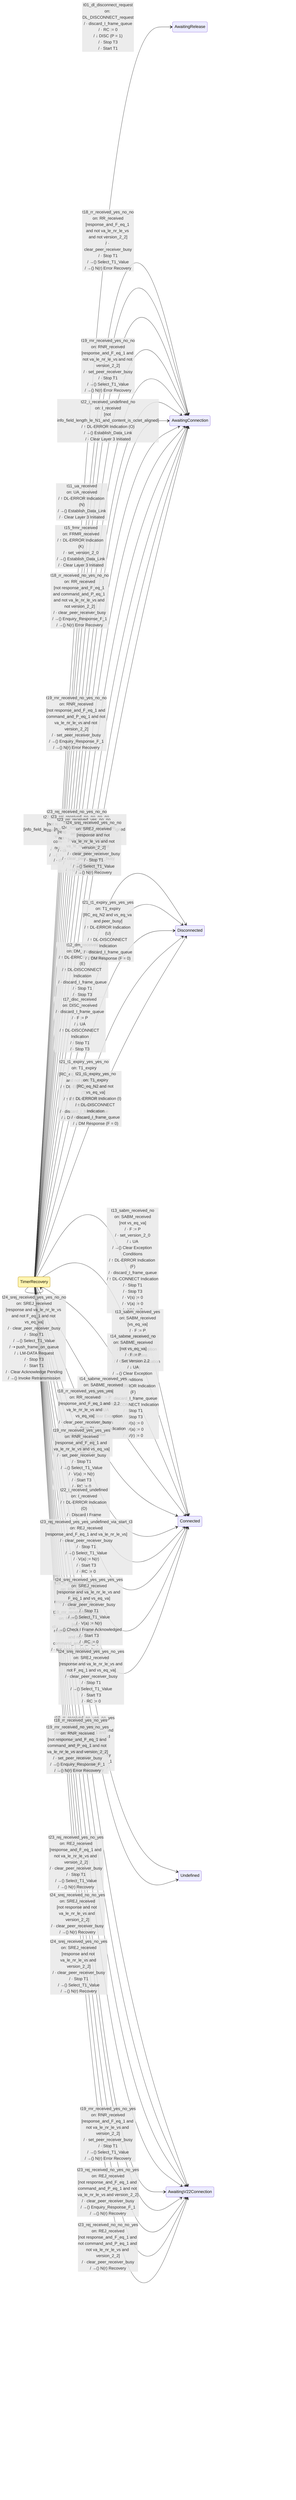
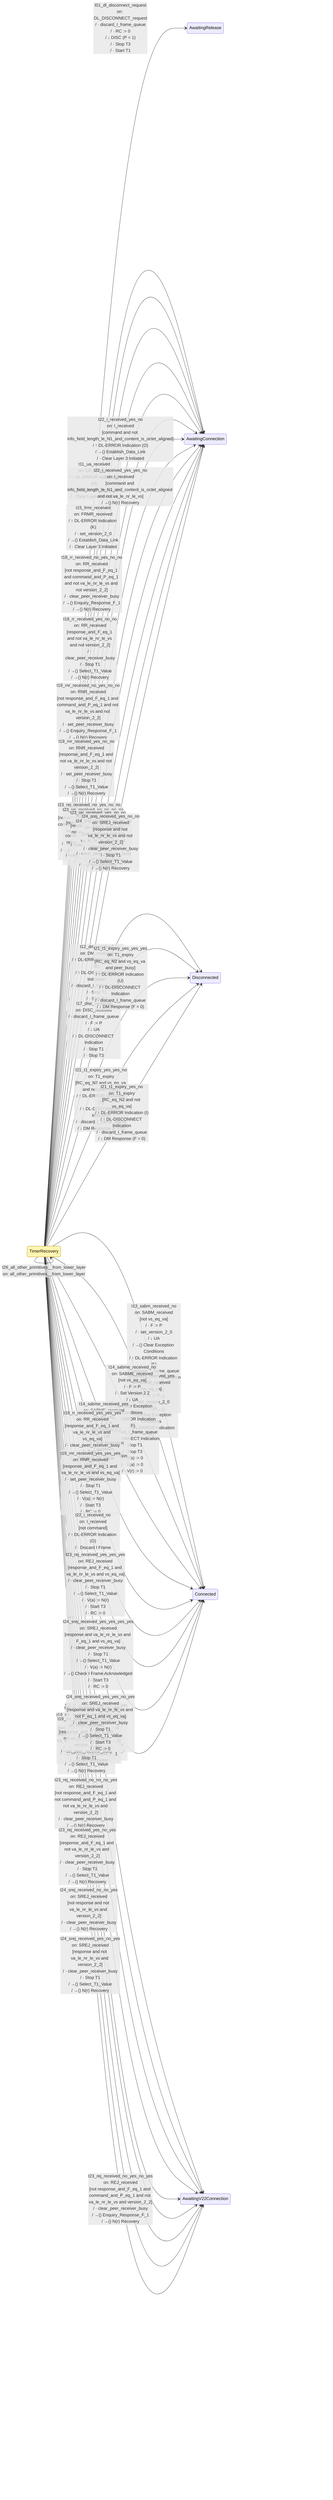
%% This file was produced by codegen/src/Packet.Sdl.CodeGen from spec-sdl/v2.2-errata/data-link/yaml/timer_recovery.sdl.yaml
%% Do not edit by hand. Run `dotnet run --project codegen/src/Packet.Sdl.CodeGen` to regenerate.
%%
%% Source: ax.25.2.2.4_Oct_25, figure figc4.5
- %% Coverage: partial
+ %% Coverage: complete
%%
%% Important: this rendering is approximate and intentionally
%% looks nothing like the original SDL figure. It is a machine-
%% generated view of the transitions in the .sdl.yaml — useful
%% for spotting transcription bugs (missing transitions, wrong
%% destination state) but NOT a substitute for reading the spec
%% figure itself. See docs/sdl-primer.md.

stateDiagram-v2
    direction LR

    classDef focal fill:#fff5b1,stroke:#b08800;
    class TimerRecovery focal
    TimerRecovery --> AwaitingRelease: t01_dl_disconnect_request<br/>on: DL_DISCONNECT_request<br/>/ · discard_I_frame_queue<br/>/ · RC := 0<br/>/ ↓ DISC (P = 1)<br/>/ · Stop T3<br/>/ · Start T1
    TimerRecovery --> TimerRecovery: t02_dl_data_request<br/>on: DL_DATA_request<br/>/ ⇢ Push on I Frame Queue
    TimerRecovery --> TimerRecovery: t03_i_frame_pops_off_queue_yes<br/>on: I_frame_pops_off_queue<br/>[peer_receiver_busy]<br/>/ ⇢ Push I Frame on I Queue
    TimerRecovery --> TimerRecovery: t03_i_frame_pops_off_queue_no_yes<br/>on: I_frame_pops_off_queue<br/>[not peer_receiver_busy and vs_eq_va_plus_k]<br/>/ ⇢ Push I Frame on I Queue
    TimerRecovery --> TimerRecovery: t03_i_frame_pops_off_queue_no_no_yes<br/>on: I_frame_pops_off_queue<br/>[not peer_receiver_busy and not vs_eq_va_plus_k and T1_running]<br/>/ · N(s) := V(s)<br/>/ · N(R) := V(r)<br/>/ · P := 0<br/>/ ↓ I Command<br/>/ · V(s) := V(s) + 1<br/>/ · Clear Acknowledge Pending
    TimerRecovery --> TimerRecovery: t03_i_frame_pops_off_queue_no_no_no<br/>on: I_frame_pops_off_queue<br/>[not peer_receiver_busy and not vs_eq_va_plus_k and not T1_running]<br/>/ · N(s) := V(s)<br/>/ · N(R) := V(r)<br/>/ · P := 0<br/>/ ↓ I Command<br/>/ · V(s) := V(s) + 1<br/>/ · Clear Acknowledge Pending<br/>/ · Stop T3<br/>/ · Start T1
    TimerRecovery --> TimerRecovery: t04_dl_unit_data_request<br/>on: DL_UNIT_DATA_request<br/>/ ↓ UI Command
    TimerRecovery --> TimerRecovery: t05_dl_flow_off_request_yes<br/>on: DL_FLOW_OFF_request<br/>[own_receiver_busy]<br/>/ · Set Own Receiver Busy<br/>/ ↓ RNR Response (F = 0)<br/>/ · Clear Acknowledge Pending
    TimerRecovery --> TimerRecovery: t05_dl_flow_off_request_no<br/>on: DL_FLOW_OFF_request<br/>[not own_receiver_busy]
    TimerRecovery --> TimerRecovery: t06_dl_flow_on_request_yes_no<br/>on: DL_FLOW_ON_request<br/>[own_receiver_busy and not T1_running]<br/>/ · Clear Own Receiver Busy<br/>/ ↓ RR Command (P = 0)<br/>/ · Clear Acknowledge Pending<br/>/ · Stop T3<br/>/ · Start T1
    TimerRecovery --> TimerRecovery: t06_dl_flow_on_request_yes_yes<br/>on: DL_FLOW_ON_request<br/>[own_receiver_busy and T1_running]<br/>/ · Clear Own Receiver Busy<br/>/ ↓ RR Command (P = 0)<br/>/ · Clear Acknowledge Pending
    TimerRecovery --> TimerRecovery: t06_dl_flow_on_request_no<br/>on: DL_FLOW_ON_request<br/>[not own_receiver_busy]
    TimerRecovery --> TimerRecovery: t07_dl_connect_request<br/>on: DL_CONNECT_request<br/>/ · discard_I_frame_queue<br/>/ →() Establish_Data_Link<br/>/ · Set Layer 3 Initiated
    TimerRecovery --> TimerRecovery: t08_control_field_error<br/>on: control_field_error<br/>/ ↑ DL-ERROR Indication (L)<br/>/ · discard_I_frame_queue<br/>/ →() Establish_Data_Link<br/>/ · Set Layer 3 Initiated
    TimerRecovery --> TimerRecovery: t09_info_not_permitted_in_frame<br/>on: info_not_permitted_in_frame<br/>/ ↑ DL-ERROR Indication (M)<br/>/ · discard_I_frame_queue<br/>/ →() Establish_Data_Link<br/>/ · Set Layer 3 Initiated
    TimerRecovery --> TimerRecovery: t10_u_or_s_frame_length_error<br/>on: u_or_s_frame_length_error<br/>/ ↑ DL-ERROR Indication (N)<br/>/ · discard_I_frame_queue<br/>/ →() Establish_Data_Link<br/>/ · Set Layer 3 Initiated
    TimerRecovery --> AwaitingConnection: t11_ua_received<br/>on: UA_received<br/>/ ↑ DL-ERROR Indication (N)<br/>/ →() Establish_Data_Link<br/>/ · Clear Layer 3 Initiated
    TimerRecovery --> Disconnected: t12_dm_received<br/>on: DM_received<br/>/ ↑ DL-ERROR Indication (E)<br/>/ ↑ DL-DISCONNECT Indication<br/>/ · discard_I_frame_queue<br/>/ · Stop T1<br/>/ · Stop T3
    TimerRecovery --> Connected: t13_sabm_received_no<br/>on: SABM_received<br/>[not vs_eq_va]<br/>/ · F := P<br/>/ · set_version_2_0<br/>/ ↓ UA<br/>/ →() Clear Exception Conditions<br/>/ ↑ DL-ERROR Indication (F)<br/>/ · discard_I_frame_queue<br/>/ ↑ DL-CONNECT Indication<br/>/ · Stop T1<br/>/ · Stop T3<br/>/ · V(s) := 0<br/>/ · V(a) := 0<br/>/ · V(r) := 0
    TimerRecovery --> Connected: t13_sabm_received_yes<br/>on: SABM_received<br/>[vs_eq_va]<br/>/ · F := P<br/>/ · set_version_2_0<br/>/ ↓ UA<br/>/ →() Clear Exception Conditions<br/>/ ↑ DL-ERROR Indication (F)
    TimerRecovery --> Connected: t14_sabme_received_no<br/>on: SABME_received<br/>[not vs_eq_va]<br/>/ · F := P<br/>/ · Set Version 2.2<br/>/ ↓ UA<br/>/ →() Clear Exception Conditions<br/>/ ↑ DL-ERROR Indication (F)<br/>/ · discard_I_frame_queue<br/>/ ↑ DL-CONNECT Indication<br/>/ · Stop T1<br/>/ · Stop T3<br/>/ · V(s) := 0<br/>/ · V(a) := 0<br/>/ · V(r) := 0
    TimerRecovery --> Connected: t14_sabme_received_yes<br/>on: SABME_received<br/>[vs_eq_va]<br/>/ · F := P<br/>/ · Set Version 2.2<br/>/ ↓ UA<br/>/ →() Clear Exception Conditions<br/>/ ↑ DL-ERROR Indication (F)
    TimerRecovery --> AwaitingConnection: t15_frmr_received<br/>on: FRMR_received<br/>/ ↑ DL-ERROR Indication (K)<br/>/ · set_version_2_0<br/>/ →() Establish_Data_Link<br/>/ · Clear Layer 3 Initiated
    TimerRecovery --> TimerRecovery: t16_ui_received_yes<br/>on: UI_received<br/>[P_eq_1]<br/>/ →() UI Check<br/>/ →() Enquiry_Response_F_1
    TimerRecovery --> TimerRecovery: t16_ui_received_no<br/>on: UI_received<br/>[not P_eq_1]<br/>/ →() UI Check
    TimerRecovery --> Disconnected: t17_disc_received<br/>on: DISC_received<br/>/ · discard_I_frame_queue<br/>/ · F := P<br/>/ ↓ UA<br/>/ ↑ DL-DISCONNECT Indication<br/>/ · Stop T1<br/>/ · Stop T3
-     TimerRecovery --> Undefined: t18_rr_received_no_no<br/>on: RR_received<br/>[not response_and_F_eq_1 and not command_and_P_eq_1]<br/>/ · clear_peer_receiver_busy
    TimerRecovery --> TimerRecovery: t18_rr_received_no_yes_yes<br/>on: RR_received<br/>[not response_and_F_eq_1 and command_and_P_eq_1 and va_le_nr_le_vs]<br/>/ · clear_peer_receiver_busy<br/>/ →() Enquiry_Response_F_1<br/>/ · V(a) := N(r)
-     TimerRecovery --> AwaitingConnection: t18_rr_received_no_yes_no_no<br/>on: RR_received<br/>[not response_and_F_eq_1 and command_and_P_eq_1 and not va_le_nr_le_vs and not version_2_2]<br/>/ · clear_peer_receiver_busy<br/>/ →() Enquiry_Response_F_1<br/>/ →() N(r) Error Recovery
-     TimerRecovery --> AwaitingV22Connection: t18_rr_received_no_yes_no_yes<br/>on: RR_received<br/>[not response_and_F_eq_1 and command_and_P_eq_1 and not va_le_nr_le_vs and version_2_2]<br/>/ · clear_peer_receiver_busy<br/>/ →() Enquiry_Response_F_1<br/>/ →() N(r) Error Recovery
-     TimerRecovery --> AwaitingConnection: t18_rr_received_yes_no_no<br/>on: RR_received<br/>[response_and_F_eq_1 and not va_le_nr_le_vs and not version_2_2]<br/>/ · clear_peer_receiver_busy<br/>/ · Stop T1<br/>/ →() Select_T1_Value<br/>/ →() N(r) Error Recovery
-     TimerRecovery --> AwaitingV22Connection: t18_rr_received_yes_no_yes<br/>on: RR_received<br/>[response_and_F_eq_1 and not va_le_nr_le_vs and version_2_2]<br/>/ · clear_peer_receiver_busy<br/>/ · Stop T1<br/>/ →() Select_T1_Value<br/>/ →() N(r) Error Recovery
+     TimerRecovery --> AwaitingConnection: t18_rr_received_no_yes_no_no<br/>on: RR_received<br/>[not response_and_F_eq_1 and command_and_P_eq_1 and not va_le_nr_le_vs and not version_2_2]<br/>/ · clear_peer_receiver_busy<br/>/ →() Enquiry_Response_F_1<br/>/ →() N(r) Recovery
+     TimerRecovery --> AwaitingV22Connection: t18_rr_received_no_yes_no_yes<br/>on: RR_received<br/>[not response_and_F_eq_1 and command_and_P_eq_1 and not va_le_nr_le_vs and version_2_2]<br/>/ · clear_peer_receiver_busy<br/>/ →() Enquiry_Response_F_1<br/>/ →() N(r) Recovery
+     TimerRecovery --> TimerRecovery: t18_rr_received_no_no_yes<br/>on: RR_received<br/>[not response_and_F_eq_1 and not command_and_P_eq_1 and va_le_nr_le_vs]<br/>/ · clear_peer_receiver_busy<br/>/ · V(a) := N(r)
+     TimerRecovery --> TimerRecovery: t18_rr_received_no_no_no<br/>on: RR_received<br/>[not response_and_F_eq_1 and not command_and_P_eq_1 and not va_le_nr_le_vs]<br/>/ · clear_peer_receiver_busy<br/>/ →() N(r) Recovery
+     TimerRecovery --> AwaitingConnection: t18_rr_received_yes_no_no<br/>on: RR_received<br/>[response_and_F_eq_1 and not va_le_nr_le_vs and not version_2_2]<br/>/ · clear_peer_receiver_busy<br/>/ · Stop T1<br/>/ →() Select_T1_Value<br/>/ →() N(r) Recovery
+     TimerRecovery --> AwaitingV22Connection: t18_rr_received_yes_no_yes<br/>on: RR_received<br/>[response_and_F_eq_1 and not va_le_nr_le_vs and version_2_2]<br/>/ · clear_peer_receiver_busy<br/>/ · Stop T1<br/>/ →() Select_T1_Value<br/>/ →() N(r) Recovery
    TimerRecovery --> TimerRecovery: t18_rr_received_yes_yes_no<br/>on: RR_received<br/>[response_and_F_eq_1 and va_le_nr_le_vs and not vs_eq_va]<br/>/ · clear_peer_receiver_busy<br/>/ · Stop T1<br/>/ →() Select_T1_Value<br/>/ · V(a) := N(r)<br/>/ →() Invoke Retransmission<br/>/ · Stop T3<br/>/ · Start T1<br/>/ · Set Acknowledge Pending
    TimerRecovery --> Connected: t18_rr_received_yes_yes_yes<br/>on: RR_received<br/>[response_and_F_eq_1 and va_le_nr_le_vs and vs_eq_va]<br/>/ · clear_peer_receiver_busy<br/>/ · Stop T1<br/>/ →() Select_T1_Value<br/>/ · V(a) := N(r)<br/>/ · Start T3<br/>/ · RC := 0
-     TimerRecovery --> Undefined: t19_rnr_received_no_no<br/>on: RNR_received<br/>[not response_and_F_eq_1 and not command_and_P_eq_1]<br/>/ · set_peer_receiver_busy
    TimerRecovery --> TimerRecovery: t19_rnr_received_no_yes_yes<br/>on: RNR_received<br/>[not response_and_F_eq_1 and command_and_P_eq_1 and va_le_nr_le_vs]<br/>/ · set_peer_receiver_busy<br/>/ →() Enquiry_Response_F_1<br/>/ · V(a) := N(r)
-     TimerRecovery --> AwaitingConnection: t19_rnr_received_no_yes_no_no<br/>on: RNR_received<br/>[not response_and_F_eq_1 and command_and_P_eq_1 and not va_le_nr_le_vs and not version_2_2]<br/>/ · set_peer_receiver_busy<br/>/ →() Enquiry_Response_F_1<br/>/ →() N(r) Error Recovery
-     TimerRecovery --> AwaitingV22Connection: t19_rnr_received_no_yes_no_yes<br/>on: RNR_received<br/>[not response_and_F_eq_1 and command_and_P_eq_1 and not va_le_nr_le_vs and version_2_2]<br/>/ · set_peer_receiver_busy<br/>/ →() Enquiry_Response_F_1<br/>/ →() N(r) Error Recovery
-     TimerRecovery --> AwaitingConnection: t19_rnr_received_yes_no_no<br/>on: RNR_received<br/>[response_and_F_eq_1 and not va_le_nr_le_vs and not version_2_2]<br/>/ · set_peer_receiver_busy<br/>/ · Stop T1<br/>/ →() Select_T1_Value<br/>/ →() N(r) Error Recovery
-     TimerRecovery --> AwaitingV22Connection: t19_rnr_received_yes_no_yes<br/>on: RNR_received<br/>[response_and_F_eq_1 and not va_le_nr_le_vs and version_2_2]<br/>/ · set_peer_receiver_busy<br/>/ · Stop T1<br/>/ →() Select_T1_Value<br/>/ →() N(r) Error Recovery
+     TimerRecovery --> AwaitingConnection: t19_rnr_received_no_yes_no_no<br/>on: RNR_received<br/>[not response_and_F_eq_1 and command_and_P_eq_1 and not va_le_nr_le_vs and not version_2_2]<br/>/ · set_peer_receiver_busy<br/>/ →() Enquiry_Response_F_1<br/>/ →() N(r) Recovery
+     TimerRecovery --> AwaitingV22Connection: t19_rnr_received_no_yes_no_yes<br/>on: RNR_received<br/>[not response_and_F_eq_1 and command_and_P_eq_1 and not va_le_nr_le_vs and version_2_2]<br/>/ · set_peer_receiver_busy<br/>/ →() Enquiry_Response_F_1<br/>/ →() N(r) Recovery
+     TimerRecovery --> TimerRecovery: t19_rnr_received_no_no_yes<br/>on: RNR_received<br/>[not response_and_F_eq_1 and not command_and_P_eq_1 and va_le_nr_le_vs]<br/>/ · set_peer_receiver_busy<br/>/ · V(a) := N(r)
+     TimerRecovery --> TimerRecovery: t19_rnr_received_no_no_no<br/>on: RNR_received<br/>[not response_and_F_eq_1 and not command_and_P_eq_1 and not va_le_nr_le_vs]<br/>/ · set_peer_receiver_busy<br/>/ →() N(r) Recovery
+     TimerRecovery --> AwaitingConnection: t19_rnr_received_yes_no_no<br/>on: RNR_received<br/>[response_and_F_eq_1 and not va_le_nr_le_vs and not version_2_2]<br/>/ · set_peer_receiver_busy<br/>/ · Stop T1<br/>/ →() Select_T1_Value<br/>/ →() N(r) Recovery
+     TimerRecovery --> AwaitingV22Connection: t19_rnr_received_yes_no_yes<br/>on: RNR_received<br/>[response_and_F_eq_1 and not va_le_nr_le_vs and version_2_2]<br/>/ · set_peer_receiver_busy<br/>/ · Stop T1<br/>/ →() Select_T1_Value<br/>/ →() N(r) Recovery
    TimerRecovery --> TimerRecovery: t19_rnr_received_yes_yes_no<br/>on: RNR_received<br/>[response_and_F_eq_1 and va_le_nr_le_vs and not vs_eq_va]<br/>/ · set_peer_receiver_busy<br/>/ · Stop T1<br/>/ →() Select_T1_Value<br/>/ · V(a) := N(r)<br/>/ →() Invoke Retransmission<br/>/ · Stop T3<br/>/ · Start T1<br/>/ · Set Acknowledge Pending
    TimerRecovery --> Connected: t19_rnr_received_yes_yes_yes<br/>on: RNR_received<br/>[response_and_F_eq_1 and va_le_nr_le_vs and vs_eq_va]<br/>/ · set_peer_receiver_busy<br/>/ · Stop T1<br/>/ →() Select_T1_Value<br/>/ · V(a) := N(r)<br/>/ · Start T3<br/>/ · RC := 0
    TimerRecovery --> TimerRecovery: t20_lm_seize_confirm_yes<br/>on: LM_SEIZE_confirm<br/>[ACK_pending]<br/>/ · Clear Acknowledge Pending<br/>/ →() Enquiry Response (F = 0)<br/>/ ↓ LM_RELEASE Request
    TimerRecovery --> TimerRecovery: t20_lm_seize_confirm_no<br/>on: LM_SEIZE_confirm<br/>[not ACK_pending]<br/>/ ↓ LM_RELEASE Request
    TimerRecovery --> TimerRecovery: t21_t1_expiry_no<br/>on: T1_expiry<br/>[not RC_eq_N2]<br/>/ →() Transmit Enquiry<br/>/ · RC := RC + 1
    TimerRecovery --> Disconnected: t21_t1_expiry_yes_yes_yes<br/>on: T1_expiry<br/>[RC_eq_N2 and vs_eq_va and peer_busy]<br/>/ ↑ DL-ERROR Indication (U)<br/>/ ↑ DL-DISCONNECT Indication<br/>/ · discard_I_frame_queue<br/>/ ↓ DM Response (F = 0)
    TimerRecovery --> Disconnected: t21_t1_expiry_yes_yes_no<br/>on: T1_expiry<br/>[RC_eq_N2 and vs_eq_va and not peer_busy]<br/>/ ↑ DL-ERROR Indication (T)<br/>/ ↑ DL-DISCONNECT Indication<br/>/ · discard_I_frame_queue<br/>/ ↓ DM Response (F = 0)
    TimerRecovery --> Disconnected: t21_t1_expiry_yes_no<br/>on: T1_expiry<br/>[RC_eq_N2 and not vs_eq_va]<br/>/ ↑ DL-ERROR Indication (I)<br/>/ ↑ DL-DISCONNECT Indication<br/>/ · discard_I_frame_queue<br/>/ ↓ DM Response (F = 0)
-     TimerRecovery --> Connected: t22_i_received_undefined<br/>on: I_received<br/>/ ↑ DL-ERROR Indication (O)<br/>/ · Discard I Frame
-     TimerRecovery --> AwaitingConnection: t22_i_received_undefined_no<br/>on: I_received<br/>[not info_field_length_le_N1_and_content_is_octet_aligned]<br/>/ ↑ DL-ERROR Indication (O)<br/>/ →() Establish_Data_Link<br/>/ · Clear Layer 3 Initiated
-     TimerRecovery --> AwaitingConnection: t22_i_received_undefined_yes_no<br/>on: I_received<br/>[info_field_length_le_N1_and_content_is_octet_aligned and not va_le_nr_le_vs]<br/>/ →() N(r) Recovery
-     TimerRecovery --> TimerRecovery: t22_i_received_undefined_yes_yes_yes_yes<br/>on: I_received<br/>[info_field_length_le_N1_and_content_is_octet_aligned and va_le_nr_le_vs and own_receive_busy and P_eq_1]<br/>/ →() Check_I_Frame_Acknowledged<br/>/ · Discard Contents of I Frame<br/>/ · F := 1<br/>/ · N(r) := V(r)<br/>/ ↓ RNR<br/>/ · Clear Acknowledge Pending
-     TimerRecovery --> TimerRecovery: t22_i_received_undefined_yes_yes_yes_no<br/>on: I_received<br/>[info_field_length_le_N1_and_content_is_octet_aligned and va_le_nr_le_vs and own_receive_busy and not P_eq_1]<br/>/ →() Check_I_Frame_Acknowledged<br/>/ · Discard Contents of I Frame
-     TimerRecovery --> TimerRecovery: t22_i_received_undefined_yes_yes_no_yes_no_yes<br/>on: I_received<br/>[info_field_length_le_N1_and_content_is_octet_aligned and va_le_nr_le_vs and not own_receive_busy and ns_eq_vr and P_eq_1]<br/>/ →() Check_I_Frame_Acknowledged<br/>/ · V(r) := V(r) + 1<br/>/ · Clear Reject Exception<br/>/ · Decrement Sreject Exception if > 0<br/>/ ↑ DL-DATA Indication<br/>/ · F := 1<br/>/ · N(r) := V(r)<br/>/ ↓ RR<br/>/ · Clear Acknowledge Pending
-     TimerRecovery --> TimerRecovery: t22_i_received_undefined_yes_yes_no_yes_no_no_no<br/>on: I_received<br/>[info_field_length_le_N1_and_content_is_octet_aligned and va_le_nr_le_vs and not own_receive_busy and ns_eq_vr and not P_eq_1 and not ack_pending]<br/>/ →() Check_I_Frame_Acknowledged<br/>/ · V(r) := V(r) + 1<br/>/ · Clear Reject Exception<br/>/ · Decrement Sreject Exception if > 0<br/>/ ↑ DL-DATA Indication<br/>/ · Set Acknowledge Pending<br/>/ ↓ LM-SIEZE Request
-     TimerRecovery --> TimerRecovery: t22_i_received_undefined_yes_yes_no_yes_no_no_yes<br/>on: I_received<br/>[info_field_length_le_N1_and_content_is_octet_aligned and va_le_nr_le_vs and not own_receive_busy and ns_eq_vr and not P_eq_1 and ack_pending]<br/>/ →() Check_I_Frame_Acknowledged<br/>/ · V(r) := V(r) + 1<br/>/ · Clear Reject Exception<br/>/ · Decrement Sreject Exception if > 0<br/>/ ↑ DL-DATA Indication
-     TimerRecovery --> TimerRecovery: t22_i_received_undefined_yes_yes_no_no_yes_yes<br/>on: I_received<br/>[info_field_length_le_N1_and_content_is_octet_aligned and va_le_nr_le_vs and not own_receive_busy and not ns_eq_vr and reject_exception and P_eq_1]<br/>/ →() Check_I_Frame_Acknowledged<br/>/ · Discard Contents of I Frame<br/>/ · F := 1<br/>/ · N(r) := V(r)<br/>/ ↓ RR<br/>/ · Clear Acknowledge Pending
-     TimerRecovery --> TimerRecovery: t22_i_received_undefined_yes_yes_no_no_yes_no<br/>on: I_received<br/>[info_field_length_le_N1_and_content_is_octet_aligned and va_le_nr_le_vs and not own_receive_busy and not ns_eq_vr and reject_exception and not P_eq_1]<br/>/ →() Check_I_Frame_Acknowledged<br/>/ · Discard Contents of I Frame
-     TimerRecovery --> TimerRecovery: t22_i_received_undefined_yes_yes_no_no_no_no<br/>on: I_received<br/>[info_field_length_le_N1_and_content_is_octet_aligned and va_le_nr_le_vs and not own_receive_busy and not ns_eq_vr and not reject_exception and not SREJ_enabled]<br/>/ →() Check_I_Frame_Acknowledged<br/>/ · Discard Contents of I Frame<br/>/ · Set Reject Exception<br/>/ · F := P<br/>/ · N(r) := V(r)<br/>/ ↓ REJ<br/>/ · Set Acknowledge Pending
-     TimerRecovery --> TimerRecovery: t22_i_received_undefined_yes_yes_no_no_no_yes_no_yes<br/>on: I_received<br/>[info_field_length_le_N1_and_content_is_octet_aligned and va_le_nr_le_vs and not own_receive_busy and not ns_eq_vr and not reject_exception and SREJ_enabled and not sreject_exception_gt_0 and ns_gt_vr_plus_1]<br/>/ →() Check_I_Frame_Acknowledged<br/>/ · Save Contents of I Frame<br/>/ · Discard Contents of I Frame<br/>/ · Set Reject Exception<br/>/ · F := P<br/>/ · N(r) := V(r)<br/>/ ↓ REJ<br/>/ · Set Acknowledge Pending
-     TimerRecovery --> TimerRecovery: t22_i_received_undefined_yes_yes_no_no_no_yes_no_no<br/>on: I_received<br/>[info_field_length_le_N1_and_content_is_octet_aligned and va_le_nr_le_vs and not own_receive_busy and not ns_eq_vr and not reject_exception and SREJ_enabled and not sreject_exception_gt_0 and not ns_gt_vr_plus_1]<br/>/ →() Check_I_Frame_Acknowledged<br/>/ · Save Contents of I Frame<br/>/ · N(r) := V(r)<br/>/ · F := 1<br/>/ · Sreject := Sreject + 1<br/>/ ↓ SREJ
-     TimerRecovery --> TimerRecovery: t22_i_received_undefined_yes_yes_no_no_no_yes_yes<br/>on: I_received<br/>[info_field_length_le_N1_and_content_is_octet_aligned and va_le_nr_le_vs and not own_receive_busy and not ns_eq_vr and not reject_exception and SREJ_enabled and sreject_exception_gt_0]<br/>/ →() Check_I_Frame_Acknowledged<br/>/ · Save Contents of I Frame<br/>/ · N(r) := V(r)<br/>/ · F := 0<br/>/ · Sreject := Sreject + 1<br/>/ ↓ SREJ
+     TimerRecovery --> Connected: t22_i_received_no<br/>on: I_received<br/>[not command]<br/>/ ↑ DL-ERROR Indication (O)<br/>/ · Discard I Frame
+     TimerRecovery --> AwaitingConnection: t22_i_received_yes_no<br/>on: I_received<br/>[command and not info_field_length_le_N1_and_content_is_octet_aligned]<br/>/ ↑ DL-ERROR Indication (O)<br/>/ →() Establish_Data_Link<br/>/ · Clear Layer 3 Initiated
+     TimerRecovery --> AwaitingConnection: t22_i_received_yes_yes_no<br/>on: I_received<br/>[command and info_field_length_le_N1_and_content_is_octet_aligned and not va_le_nr_le_vs]<br/>/ →() N(r) Recovery
+     TimerRecovery --> TimerRecovery: t22_i_received_yes_yes_yes_yes_yes<br/>on: I_received<br/>[command and info_field_length_le_N1_and_content_is_octet_aligned and va_le_nr_le_vs and own_receive_busy and P_eq_1]<br/>/ →() Check_I_Frame_Acknowledged<br/>/ · Discard Contents of I Frame<br/>/ · F := 1<br/>/ · N(r) := V(r)<br/>/ ↓ RNR<br/>/ · Clear Acknowledge Pending
+     TimerRecovery --> TimerRecovery: t22_i_received_yes_yes_yes_yes_no<br/>on: I_received<br/>[command and info_field_length_le_N1_and_content_is_octet_aligned and va_le_nr_le_vs and own_receive_busy and not P_eq_1]<br/>/ →() Check_I_Frame_Acknowledged<br/>/ · Discard Contents of I Frame
+     TimerRecovery --> TimerRecovery: t22_i_received_yes_yes_yes_no_yes_no_yes<br/>on: I_received<br/>[command and info_field_length_le_N1_and_content_is_octet_aligned and va_le_nr_le_vs and not own_receive_busy and ns_eq_vr and P_eq_1]<br/>/ →() Check_I_Frame_Acknowledged<br/>/ · V(r) := V(r) + 1<br/>/ · Clear Reject Exception<br/>/ · Decrement Sreject Exception if > 0<br/>/ ↑ DL-DATA Indication<br/>/ · F := 1<br/>/ · N(r) := V(r)<br/>/ ↓ RR<br/>/ · Clear Acknowledge Pending
+     TimerRecovery --> TimerRecovery: t22_i_received_yes_yes_yes_no_yes_no_no_no<br/>on: I_received<br/>[command and info_field_length_le_N1_and_content_is_octet_aligned and va_le_nr_le_vs and not own_receive_busy and ns_eq_vr and not P_eq_1 and not ack_pending]<br/>/ →() Check_I_Frame_Acknowledged<br/>/ · V(r) := V(r) + 1<br/>/ · Clear Reject Exception<br/>/ · Decrement Sreject Exception if > 0<br/>/ ↑ DL-DATA Indication<br/>/ · Set Acknowledge Pending<br/>/ ↓ LM-SIEZE Request
+     TimerRecovery --> TimerRecovery: t22_i_received_yes_yes_yes_no_yes_no_no_yes<br/>on: I_received<br/>[command and info_field_length_le_N1_and_content_is_octet_aligned and va_le_nr_le_vs and not own_receive_busy and ns_eq_vr and not P_eq_1 and ack_pending]<br/>/ →() Check_I_Frame_Acknowledged<br/>/ · V(r) := V(r) + 1<br/>/ · Clear Reject Exception<br/>/ · Decrement Sreject Exception if > 0<br/>/ ↑ DL-DATA Indication
+     TimerRecovery --> TimerRecovery: t22_i_received_yes_yes_yes_no_no_yes_yes<br/>on: I_received<br/>[command and info_field_length_le_N1_and_content_is_octet_aligned and va_le_nr_le_vs and not own_receive_busy and not ns_eq_vr and reject_exception and P_eq_1]<br/>/ →() Check_I_Frame_Acknowledged<br/>/ · Discard Contents of I Frame<br/>/ · F := 1<br/>/ · N(r) := V(r)<br/>/ ↓ RR<br/>/ · Clear Acknowledge Pending
+     TimerRecovery --> TimerRecovery: t22_i_received_yes_yes_yes_no_no_yes_no<br/>on: I_received<br/>[command and info_field_length_le_N1_and_content_is_octet_aligned and va_le_nr_le_vs and not own_receive_busy and not ns_eq_vr and reject_exception and not P_eq_1]<br/>/ →() Check_I_Frame_Acknowledged<br/>/ · Discard Contents of I Frame
+     TimerRecovery --> TimerRecovery: t22_i_received_yes_yes_yes_no_no_no_no<br/>on: I_received<br/>[command and info_field_length_le_N1_and_content_is_octet_aligned and va_le_nr_le_vs and not own_receive_busy and not ns_eq_vr and not reject_exception and not SREJ_enabled]<br/>/ →() Check_I_Frame_Acknowledged<br/>/ · Discard Contents of I Frame<br/>/ · Set Reject Exception<br/>/ · F := P<br/>/ · N(r) := V(r)<br/>/ ↓ REJ<br/>/ · Set Acknowledge Pending
+     TimerRecovery --> TimerRecovery: t22_i_received_yes_yes_yes_no_no_no_yes_no_yes<br/>on: I_received<br/>[command and info_field_length_le_N1_and_content_is_octet_aligned and va_le_nr_le_vs and not own_receive_busy and not ns_eq_vr and not reject_exception and SREJ_enabled and not sreject_exception_gt_0 and ns_gt_vr_plus_1]<br/>/ →() Check_I_Frame_Acknowledged<br/>/ · Save Contents of I Frame<br/>/ · Discard Contents of I Frame<br/>/ · Set Reject Exception<br/>/ · F := P<br/>/ · N(r) := V(r)<br/>/ ↓ REJ<br/>/ · Set Acknowledge Pending
+     TimerRecovery --> TimerRecovery: t22_i_received_yes_yes_yes_no_no_no_yes_no_no<br/>on: I_received<br/>[command and info_field_length_le_N1_and_content_is_octet_aligned and va_le_nr_le_vs and not own_receive_busy and not ns_eq_vr and not reject_exception and SREJ_enabled and not sreject_exception_gt_0 and not ns_gt_vr_plus_1]<br/>/ →() Check_I_Frame_Acknowledged<br/>/ · Save Contents of I Frame<br/>/ · N(r) := V(r)<br/>/ · F := 1<br/>/ · Sreject := Sreject + 1<br/>/ ↓ SREJ
+     TimerRecovery --> TimerRecovery: t22_i_received_yes_yes_yes_no_no_no_yes_yes<br/>on: I_received<br/>[command and info_field_length_le_N1_and_content_is_octet_aligned and va_le_nr_le_vs and not own_receive_busy and not ns_eq_vr and not reject_exception and SREJ_enabled and sreject_exception_gt_0]<br/>/ →() Check_I_Frame_Acknowledged<br/>/ · Save Contents of I Frame<br/>/ · N(r) := V(r)<br/>/ · F := 0<br/>/ · Sreject := Sreject + 1<br/>/ ↓ SREJ
    TimerRecovery --> TimerRecovery: t23_rej_received_no_yes_yes_yes<br/>on: REJ_received<br/>[not response_and_F_eq_1 and command_and_P_eq_1 and va_le_nr_le_vs and vs_eq_va]<br/>/ · clear_peer_receiver_busy<br/>/ →() Enquiry_Response_F_1<br/>/ · V(a) := N(r)
    TimerRecovery --> TimerRecovery: t23_rej_received_no_yes_yes_no<br/>on: REJ_received<br/>[not response_and_F_eq_1 and command_and_P_eq_1 and va_le_nr_le_vs and not vs_eq_va]<br/>/ · clear_peer_receiver_busy<br/>/ →() Enquiry_Response_F_1<br/>/ · V(a) := N(r)<br/>/ →() Invoke Retransmission<br/>/ · Stop T3<br/>/ · Start T1<br/>/ · Clear Acknowledge Pending
    TimerRecovery --> AwaitingV22Connection: t23_rej_received_no_yes_no_yes<br/>on: REJ_received<br/>[not response_and_F_eq_1 and command_and_P_eq_1 and not va_le_nr_le_vs and version_2_2]<br/>/ · clear_peer_receiver_busy<br/>/ →() Enquiry_Response_F_1<br/>/ →() N(r) Recovery
    TimerRecovery --> AwaitingConnection: t23_rej_received_no_yes_no_no<br/>on: REJ_received<br/>[not response_and_F_eq_1 and command_and_P_eq_1 and not va_le_nr_le_vs and not version_2_2]<br/>/ · clear_peer_receiver_busy<br/>/ →() Enquiry_Response_F_1<br/>/ →() N(r) Recovery
    TimerRecovery --> TimerRecovery: t23_rej_received_no_no_yes_yes<br/>on: REJ_received<br/>[not response_and_F_eq_1 and not command_and_P_eq_1 and va_le_nr_le_vs and vs_eq_va]<br/>/ · clear_peer_receiver_busy<br/>/ · V(a) := N(r)
    TimerRecovery --> TimerRecovery: t23_rej_received_no_no_yes_no<br/>on: REJ_received<br/>[not response_and_F_eq_1 and not command_and_P_eq_1 and va_le_nr_le_vs and not vs_eq_va]<br/>/ · clear_peer_receiver_busy<br/>/ · V(a) := N(r)<br/>/ →() Invoke Retransmission<br/>/ · Stop T3<br/>/ · Start T1<br/>/ · Clear Acknowledge Pending
    TimerRecovery --> AwaitingV22Connection: t23_rej_received_no_no_no_yes<br/>on: REJ_received<br/>[not response_and_F_eq_1 and not command_and_P_eq_1 and not va_le_nr_le_vs and version_2_2]<br/>/ · clear_peer_receiver_busy<br/>/ →() N(r) Recovery
    TimerRecovery --> AwaitingConnection: t23_rej_received_no_no_no_no<br/>on: REJ_received<br/>[not response_and_F_eq_1 and not command_and_P_eq_1 and not va_le_nr_le_vs and not version_2_2]<br/>/ · clear_peer_receiver_busy<br/>/ →() N(r) Recovery
    TimerRecovery --> AwaitingV22Connection: t23_rej_received_yes_no_yes<br/>on: REJ_received<br/>[response_and_F_eq_1 and not va_le_nr_le_vs and version_2_2]<br/>/ · clear_peer_receiver_busy<br/>/ · Stop T1<br/>/ →() Select_T1_Value<br/>/ →() N(r) Recovery
    TimerRecovery --> AwaitingConnection: t23_rej_received_yes_no_no<br/>on: REJ_received<br/>[response_and_F_eq_1 and not va_le_nr_le_vs and not version_2_2]<br/>/ · clear_peer_receiver_busy<br/>/ · Stop T1<br/>/ →() Select_T1_Value<br/>/ →() N(r) Recovery
-     TimerRecovery --> Connected: t23_rej_received_yes_yes_undefined_via_start_t3<br/>on: REJ_received<br/>[response_and_F_eq_1 and va_le_nr_le_vs]<br/>/ · clear_peer_receiver_busy<br/>/ · Stop T1<br/>/ →() Select_T1_Value<br/>/ · V(a) := N(r)<br/>/ · Start T3<br/>/ · RC := 0
-     TimerRecovery --> TimerRecovery: t23_rej_received_yes_yes_undefined_via_invoke_retransmission<br/>on: REJ_received<br/>[response_and_F_eq_1 and va_le_nr_le_vs]<br/>/ · clear_peer_receiver_busy<br/>/ · Stop T1<br/>/ →() Select_T1_Value<br/>/ · V(a) := N(r)<br/>/ →() Invoke Retransmission<br/>/ · Stop T3<br/>/ · Start T1<br/>/ · Clear Acknowledge Pending
+     TimerRecovery --> Connected: t23_rej_received_yes_yes_yes<br/>on: REJ_received<br/>[response_and_F_eq_1 and va_le_nr_le_vs and vs_eq_va]<br/>/ · clear_peer_receiver_busy<br/>/ · Stop T1<br/>/ →() Select_T1_Value<br/>/ · V(a) := N(r)<br/>/ · Start T3<br/>/ · RC := 0
+     TimerRecovery --> TimerRecovery: t23_rej_received_yes_yes_no<br/>on: REJ_received<br/>[response_and_F_eq_1 and va_le_nr_le_vs and not vs_eq_va]<br/>/ · clear_peer_receiver_busy<br/>/ · Stop T1<br/>/ →() Select_T1_Value<br/>/ · V(a) := N(r)<br/>/ →() Invoke Retransmission<br/>/ · Stop T3<br/>/ · Start T1<br/>/ · Clear Acknowledge Pending
    TimerRecovery --> TimerRecovery: t24_srej_received_no_yes_yes_yes<br/>on: SREJ_received<br/>[not response and va_le_nr_le_vs and P_eq_1 and vs_eq_va]<br/>/ · clear_peer_receiver_busy<br/>/ · V(a) := N(r)<br/>/ →() Check I Frame Acknowledged
    TimerRecovery --> TimerRecovery: t24_srej_received_no_yes_yes_no<br/>on: SREJ_received<br/>[not response and va_le_nr_le_vs and P_eq_1 and not vs_eq_va]<br/>/ · clear_peer_receiver_busy<br/>/ · V(a) := N(r)<br/>/ →() Check I Frame Acknowledged<br/>/ →() Invoke Retransmission
    TimerRecovery --> TimerRecovery: t24_srej_received_no_yes_no_yes<br/>on: SREJ_received<br/>[not response and va_le_nr_le_vs and not P_eq_1 and vs_eq_va]<br/>/ · clear_peer_receiver_busy
    TimerRecovery --> TimerRecovery: t24_srej_received_no_yes_no_no<br/>on: SREJ_received<br/>[not response and va_le_nr_le_vs and not P_eq_1 and not vs_eq_va]<br/>/ · clear_peer_receiver_busy<br/>/ →() Invoke Retransmission
    TimerRecovery --> AwaitingConnection: t24_srej_received_no_no_no<br/>on: SREJ_received<br/>[not response and not va_le_nr_le_vs and not version_2_2]<br/>/ · clear_peer_receiver_busy<br/>/ →() N(r) Recovery
    TimerRecovery --> AwaitingV22Connection: t24_srej_received_no_no_yes<br/>on: SREJ_received<br/>[not response and not va_le_nr_le_vs and version_2_2]<br/>/ · clear_peer_receiver_busy<br/>/ →() N(r) Recovery
    TimerRecovery --> AwaitingConnection: t24_srej_received_yes_no_no<br/>on: SREJ_received<br/>[response and not va_le_nr_le_vs and not version_2_2]<br/>/ · clear_peer_receiver_busy<br/>/ · Stop T1<br/>/ →() Select_T1_Value<br/>/ →() N(r) Recovery
    TimerRecovery --> AwaitingV22Connection: t24_srej_received_yes_no_yes<br/>on: SREJ_received<br/>[response and not va_le_nr_le_vs and version_2_2]<br/>/ · clear_peer_receiver_busy<br/>/ · Stop T1<br/>/ →() Select_T1_Value<br/>/ →() N(r) Recovery
    TimerRecovery --> Connected: t24_srej_received_yes_yes_yes_yes<br/>on: SREJ_received<br/>[response and va_le_nr_le_vs and F_eq_1 and vs_eq_va]<br/>/ · clear_peer_receiver_busy<br/>/ · Stop T1<br/>/ →() Select_T1_Value<br/>/ · V(a) := N(r)<br/>/ →() Check I Frame Acknowledged<br/>/ · Start T3<br/>/ · RC := 0
    TimerRecovery --> TimerRecovery: t24_srej_received_yes_yes_yes_no<br/>on: SREJ_received<br/>[response and va_le_nr_le_vs and F_eq_1 and not vs_eq_va]<br/>/ · clear_peer_receiver_busy<br/>/ · Stop T1<br/>/ →() Select_T1_Value<br/>/ · V(a) := N(r)<br/>/ →() Check I Frame Acknowledged<br/>/ ⇢ push_frame_on_queue<br/>/ ↓ LM-DATA Request<br/>/ · Stop T3<br/>/ · Start T1<br/>/ · Clear Acknowledge Pending<br/>/ →() Invoke Retransmission
    TimerRecovery --> Connected: t24_srej_received_yes_yes_no_yes<br/>on: SREJ_received<br/>[response and va_le_nr_le_vs and not F_eq_1 and vs_eq_va]<br/>/ · clear_peer_receiver_busy<br/>/ · Stop T1<br/>/ →() Select_T1_Value<br/>/ · Start T3<br/>/ · RC := 0
    TimerRecovery --> TimerRecovery: t24_srej_received_yes_yes_no_no<br/>on: SREJ_received<br/>[response and va_le_nr_le_vs and not F_eq_1 and not vs_eq_va]<br/>/ · clear_peer_receiver_busy<br/>/ · Stop T1<br/>/ →() Select_T1_Value<br/>/ ⇢ push_frame_on_queue<br/>/ ↓ LM-DATA Request<br/>/ · Stop T3<br/>/ · Start T1<br/>/ · Clear Acknowledge Pending<br/>/ →() Invoke Retransmission
+     TimerRecovery --> TimerRecovery: t25_all_other_primitives__from_upper_layer<br/>on: all_other_primitives__from_upper_layer
+     TimerRecovery --> TimerRecovery: t26_all_other_primitives__from_lower_layer<br/>on: all_other_primitives__from_lower_layer
